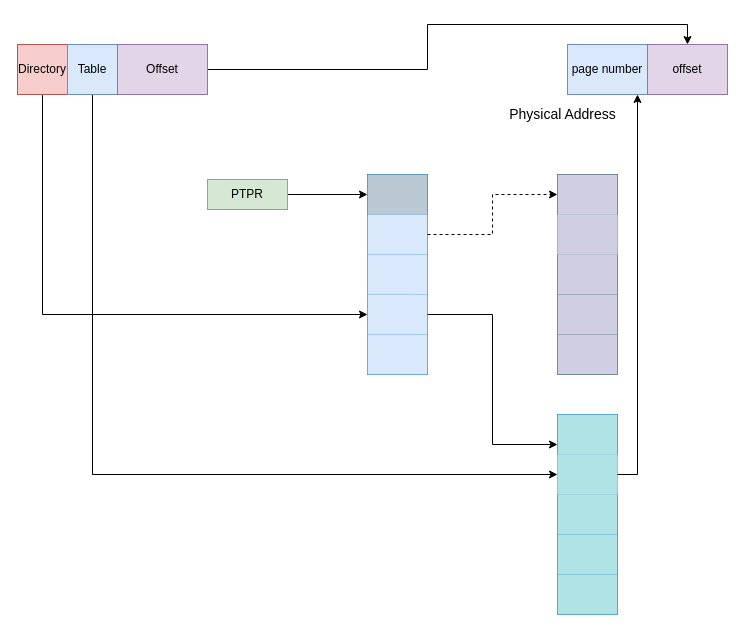
The draw.io diagram 2-level-page-trans.drawio in estraining/diagram-store, before the edit. Source tidied: cells renumbered, new cells numbered last; positions are measured from the earlier drawing's top-left corner, leaving out a move shared by most shapes. Both pictures are drawn from the tidied source at 100%, with x=0, y=0 at pixel (17, 44).
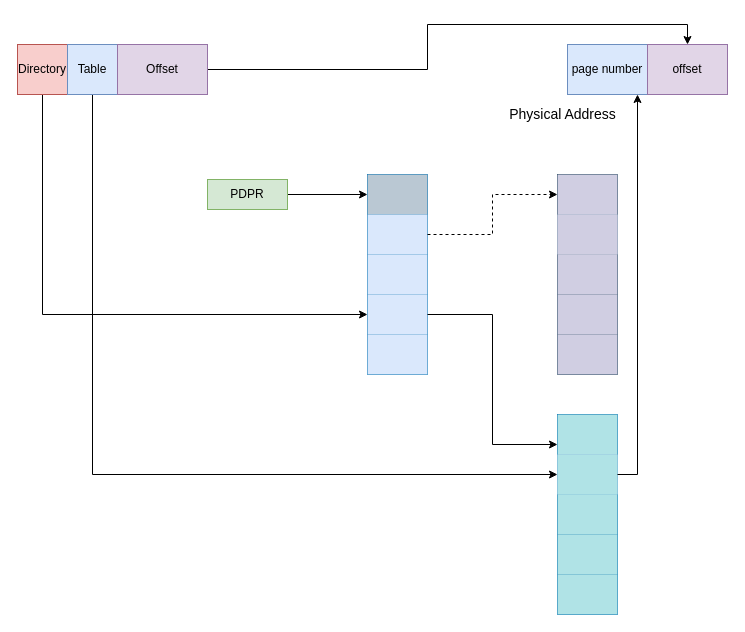
The same diagram, later.

The edit, as a diff of the source:
```diff
@@
-    <mxCell id="9" value="PTPR" style="rounded=0;whiteSpace=wrap;html=1;fillColor=#d5e8d4;strokeColor=#82b366;" parent="1" vertex="1">
+    <mxCell id="9" value="PDPR" style="rounded=0;whiteSpace=wrap;html=1;fillColor=#d5e8d4;strokeColor=#82b366;" parent="1" vertex="1">
       <mxGeometry x="190" y="135" width="80" height="30" as="geometry" />
     </mxCell>
```
